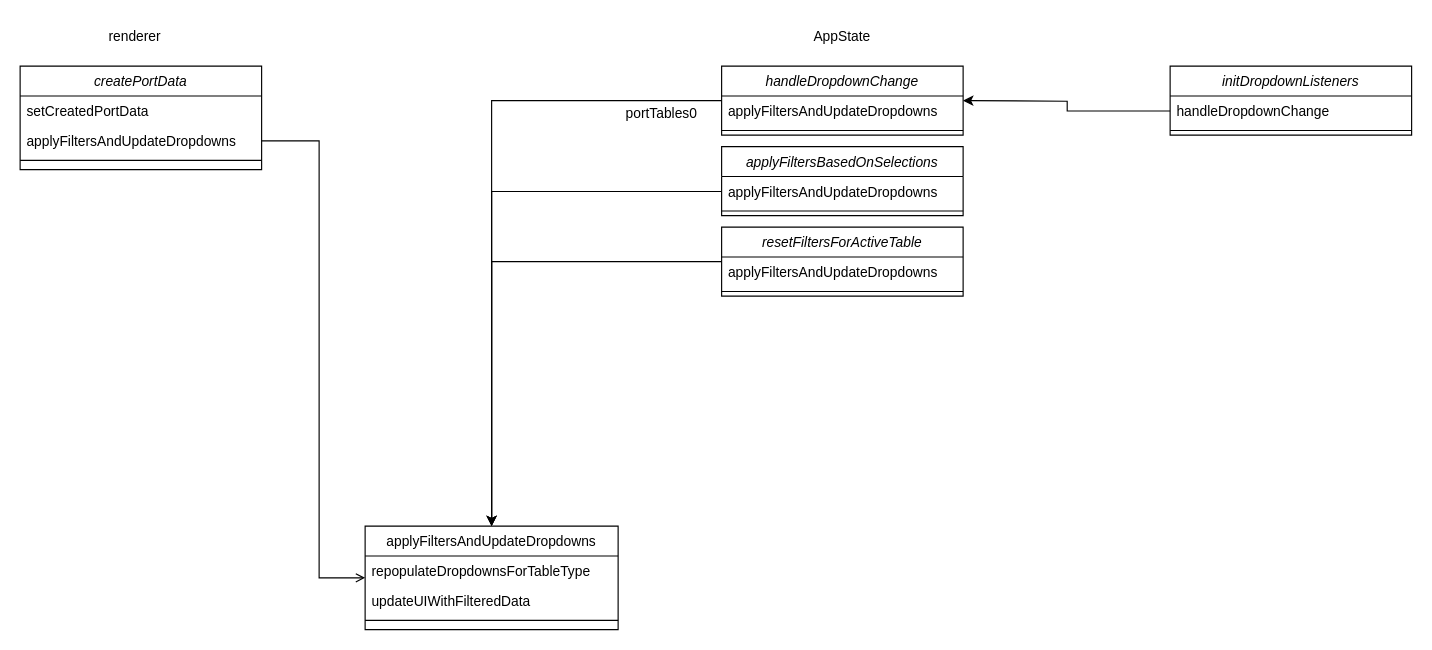
Before: images/Unbenanntes Diagramm.drawio in ORE01/Dashboard, a draw.io diagram. Source tidied: cells renumbered, new cells numbered last; positions are measured from the earlier drawing's top-left corner, leaving out a move shared by most shapes. Both pictures are drawn from the tidied source at 115%, with x=0, y=0 at pixel (20, 20).
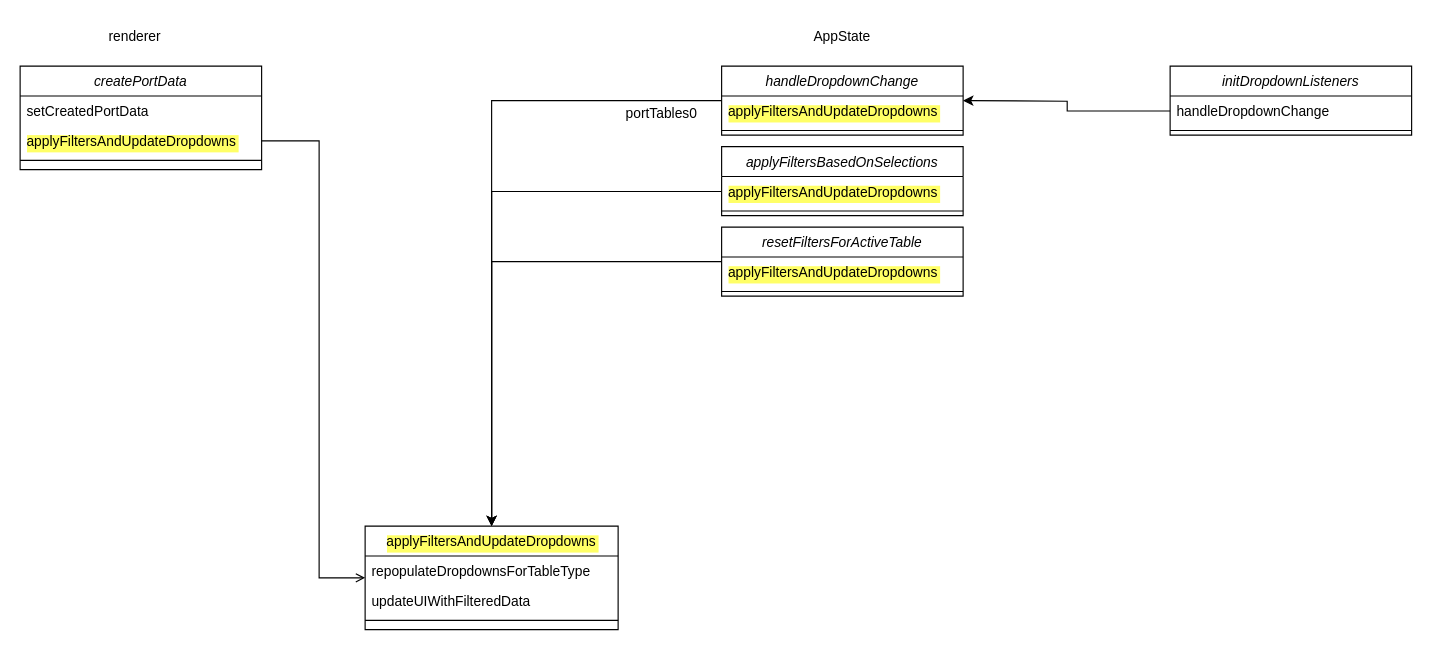
The same page after the edit.

The change refers to these unchanged cells:
```xml
<mxCell id="2" value="createPortData" style="swimlane;fontStyle=2;align=center;verticalAlign=top;horizontal=1;startSize=26;rounded=0;shadow=0;strokeWidth=1;" parent="1" vertex="1">
  <mxGeometry y="40" width="210" height="90" as="geometry" />
</mxCell>
<mxCell id="13" value="handleDropdownChange" style="swimlane;fontStyle=2;align=center;verticalAlign=top;horizontal=1;startSize=26;rounded=0;shadow=0;strokeWidth=1;" parent="1" vertex="1">
  <mxGeometry x="610" y="40" width="210" height="60" as="geometry" />
</mxCell>
<mxCell id="16" value="applyFiltersBasedOnSelections" style="swimlane;fontStyle=2;align=center;verticalAlign=top;horizontal=1;startSize=26;rounded=0;shadow=0;strokeWidth=1;" parent="1" vertex="1">
  <mxGeometry x="610" y="110" width="210" height="60" as="geometry" />
</mxCell>
<mxCell id="21" value="resetFiltersForActiveTable" style="swimlane;fontStyle=2;align=center;verticalAlign=top;horizontal=1;startSize=26;rounded=0;shadow=0;strokeWidth=1;" parent="1" vertex="1">
  <mxGeometry x="610" y="180" width="210" height="60" as="geometry" />
</mxCell>
```

Diff of the diagram source:
```diff
@@
-    <mxCell id="4" value="applyFiltersAndUpdateDropdowns" style="text;align=left;verticalAlign=top;spacingLeft=4;spacingRight=4;overflow=hidden;points=[[0,0.5],[1,0.5]];portConstraint=eastwest;rounded=0;shadow=0;html=0;" parent="2" vertex="1">
+    <mxCell id="4" value="applyFiltersAndUpdateDropdowns" style="text;align=left;verticalAlign=top;spacingLeft=4;spacingRight=4;overflow=hidden;points=[[0,0.5],[1,0.5]];portConstraint=eastwest;rounded=0;shadow=0;html=0;labelBackgroundColor=#FFFF66;" parent="2" vertex="1">
       <mxGeometry y="52" width="210" height="26" as="geometry" />
     </mxCell>
@@
-    <mxCell id="6" value="applyFiltersAndUpdateDropdowns" style="swimlane;fontStyle=0;align=center;verticalAlign=top;horizontal=1;startSize=26;rounded=0;shadow=0;strokeWidth=1;" parent="1" vertex="1">
+    <mxCell id="6" value="applyFiltersAndUpdateDropdowns" style="swimlane;fontStyle=0;align=center;verticalAlign=top;horizontal=1;startSize=26;rounded=0;shadow=0;strokeWidth=1;labelBackgroundColor=#FFFF66;" parent="1" vertex="1">
       <mxGeometry x="300" y="440" width="220" height="90" as="geometry" />
     </mxCell>
@@
-    <mxCell id="14" value="applyFiltersAndUpdateDropdowns" style="text;align=left;verticalAlign=top;spacingLeft=4;spacingRight=4;overflow=hidden;" parent="13" vertex="1">
+    <mxCell id="14" value="applyFiltersAndUpdateDropdowns" style="text;align=left;verticalAlign=top;spacingLeft=4;spacingRight=4;overflow=hidden;labelBackgroundColor=#FFFF66;" parent="13" vertex="1">
       <mxGeometry y="26" width="210" height="26" as="geometry" />
     </mxCell>
@@
-    <mxCell id="17" value="applyFiltersAndUpdateDropdowns" style="text;align=left;verticalAlign=top;spacingLeft=4;spacingRight=4;overflow=hidden;points=[[0,0.5],[1,0.5]];portConstraint=eastwest;rounded=0;shadow=0;html=0;" parent="16" vertex="1">
+    <mxCell id="17" value="applyFiltersAndUpdateDropdowns" style="text;align=left;verticalAlign=top;spacingLeft=4;spacingRight=4;overflow=hidden;points=[[0,0.5],[1,0.5]];portConstraint=eastwest;rounded=0;shadow=0;html=0;labelBackgroundColor=#FFFF66;" parent="16" vertex="1">
       <mxGeometry y="26" width="210" height="26" as="geometry" />
     </mxCell>
@@
-    <mxCell id="22" value="applyFiltersAndUpdateDropdowns" style="text;align=left;verticalAlign=top;spacingLeft=4;spacingRight=4;overflow=hidden;rounded=0;shadow=0;html=0;" parent="21" vertex="1">
+    <mxCell id="22" value="applyFiltersAndUpdateDropdowns" style="text;align=left;verticalAlign=top;spacingLeft=4;spacingRight=4;overflow=hidden;rounded=0;shadow=0;html=0;labelBackgroundColor=#FFFF66;" parent="21" vertex="1">
       <mxGeometry y="26" width="210" height="26" as="geometry" />
     </mxCell>
```
